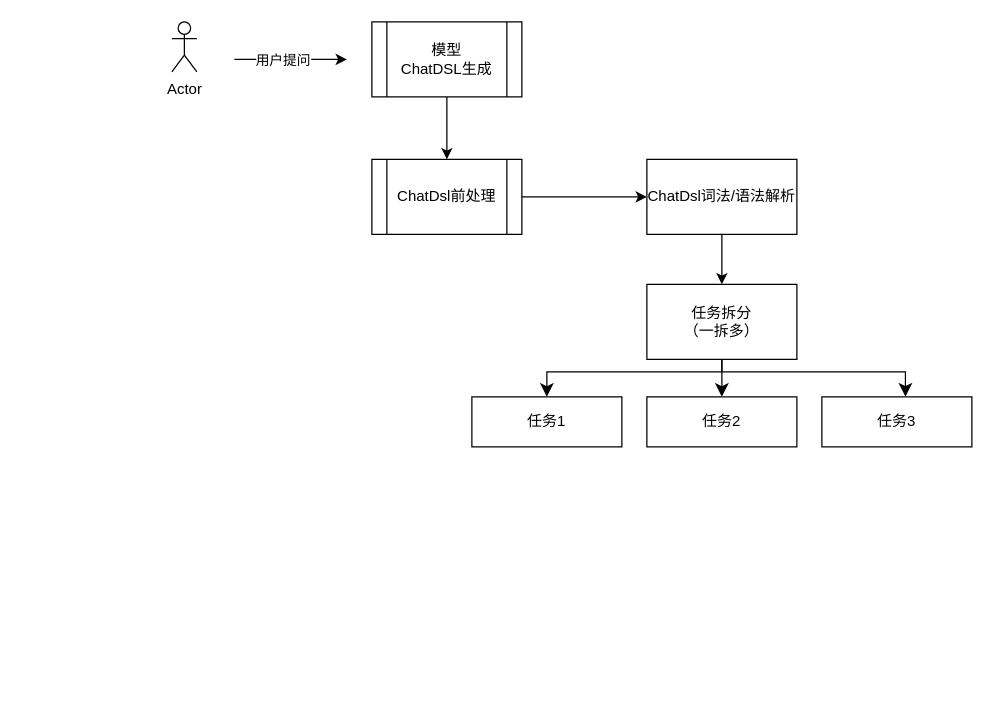
Above: Chatbi规则引擎.drawio in zousiquan/design-drawing (draw.io), before the change. Source tidied: cells renumbered, new cells numbered last; positions are measured from the earlier drawing's top-left corner, leaving out a move shared by most shapes. Both pictures are drawn from the tidied source at 125%, with x=0, y=0 at pixel (171, 21).
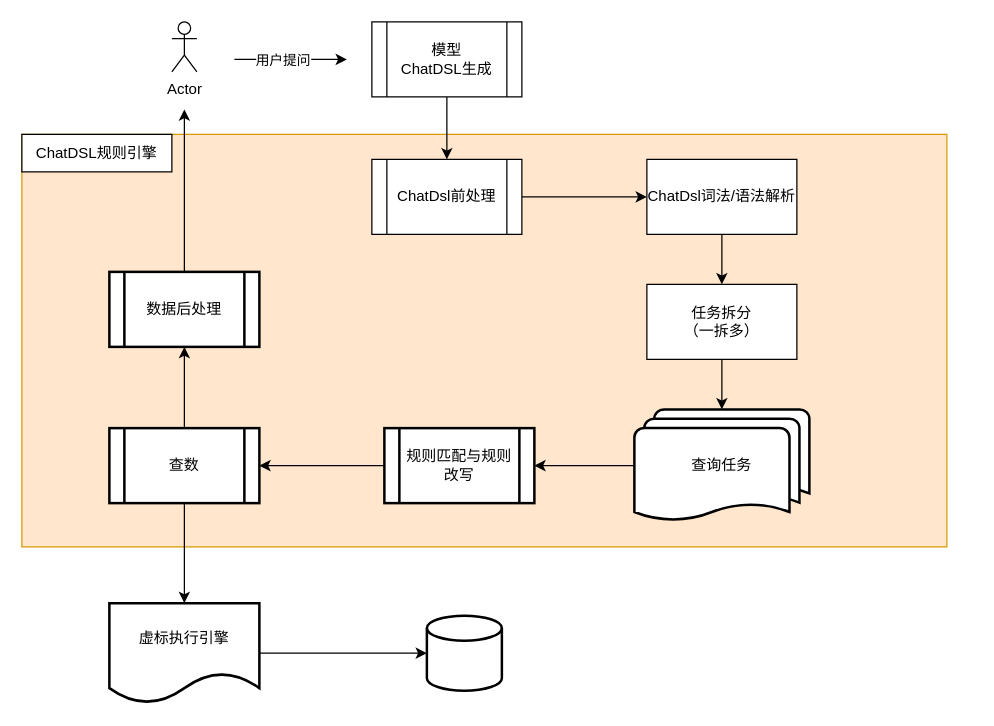
The same page after the edit.

Commit message:
更新Chatbi规则引擎.drawio

The change refers to these unchanged cells:
```xml
<mxCell id="11" value="任务拆分&lt;div&gt;（一拆多）&lt;/div&gt;" style="whiteSpace=wrap;html=1;" parent="1" vertex="1">
  <mxGeometry x="380" y="210" width="120" height="60" as="geometry" />
</mxCell>
```

The edit, as a diff of the source:
```diff
@@
+    <mxCell id="18" style="rounded=0;whiteSpace=wrap;html=1;fillColor=#ffe6cc;strokeColor=#d79b00;" parent="1" vertex="1">
+      <mxGeometry x="-120" y="90" width="740" height="330" as="geometry" />
+    </mxCell>
@@
+    <mxCell id="19" style="edgeStyle=orthogonalEdgeStyle;rounded=0;jettySize=auto;html=1;" parent="1" edge="1" source="11" target="21">
+      <mxGeometry relative="1" as="geometry" />
+    </mxCell>
@@
-    <mxCell id="12" value="任务1" style="whiteSpace=wrap;html=1;" parent="1" vertex="1">
-      <mxGeometry x="240" y="300" width="120" height="40" as="geometry" />
-    </mxCell>
-    <mxCell id="13" value="任务2" style="whiteSpace=wrap;html=1;" parent="1" vertex="1">
-      <mxGeometry x="380" y="300" width="120" height="40" as="geometry" />
-    </mxCell>
-    <mxCell id="14" value="任务3" style="whiteSpace=wrap;html=1;" parent="1" vertex="1">
-      <mxGeometry x="520" y="300" width="120" height="40" as="geometry" />
-    </mxCell>
-    <mxCell id="15" style="edgeStyle=elbowEdgeStyle;elbow=vertical;endArrow=classic;html=1;curved=0;rounded=0;endSize=8;startSize=8;exitX=0.5;exitY=1;exitDx=0;exitDy=0;entryX=0.5;entryY=0;entryDx=0;entryDy=0;" parent="1" edge="1" target="12">
-      <mxGeometry relative="1" as="geometry">
-        <mxPoint x="440" y="280" as="sourcePoint" />
-        <Array as="points">
-          <mxPoint x="350" y="280" />
-        </Array>
-      </mxGeometry>
-    </mxCell>
-    <mxCell id="16" style="edgeStyle=elbowEdgeStyle;elbow=vertical;endArrow=classic;html=1;curved=0;rounded=0;endSize=8;startSize=8;exitX=0.5;exitY=1;exitDx=0;exitDy=0;entryX=0.5;entryY=0;entryDx=0;entryDy=0;" parent="1" edge="1" source="11" target="13">
-      <mxGeometry relative="1" as="geometry">
-        <Array as="points">
-          <mxPoint x="450" y="290" />
-        </Array>
-      </mxGeometry>
-    </mxCell>
-    <mxCell id="17" style="edgeStyle=elbowEdgeStyle;elbow=vertical;endArrow=classic;html=1;curved=0;rounded=0;endSize=8;startSize=8;exitX=0.5;exitY=1;exitDx=0;exitDy=0;entryX=0.557;entryY=-0.004;entryDx=0;entryDy=0;entryPerimeter=0;" parent="1" edge="1" source="11" target="14">
-      <mxGeometry relative="1" as="geometry">
-        <Array as="points">
-          <mxPoint x="440" y="280" />
-        </Array>
-      </mxGeometry>
-    </mxCell>
+    <mxCell id="20" style="edgeStyle=orthogonalEdgeStyle;rounded=0;jettySize=auto;html=1;" parent="1" edge="1" source="21" target="23">
+      <mxGeometry relative="1" as="geometry" />
+    </mxCell>
+    <mxCell id="21" value="查询任务" style="strokeWidth=2;html=1;shape=mxgraph.flowchart.multi-document;whiteSpace=wrap;" parent="1" vertex="1">
+      <mxGeometry x="370" y="310" width="140" height="90" as="geometry" />
+    </mxCell>
+    <mxCell id="22" style="edgeStyle=orthogonalEdgeStyle;rounded=0;jettySize=auto;html=1;" parent="1" edge="1" source="23" target="26">
+      <mxGeometry relative="1" as="geometry" />
+    </mxCell>
+    <mxCell id="23" value="规则匹配与规则改写" style="shape=process;whiteSpace=wrap;html=1;backgroundOutline=1;strokeWidth=2;" parent="1" vertex="1">
+      <mxGeometry x="170" y="325" width="120" height="60" as="geometry" />
+    </mxCell>
+    <mxCell id="24" style="edgeStyle=orthogonalEdgeStyle;rounded=0;jettySize=auto;html=1;" parent="1" edge="1" source="26" target="28">
+      <mxGeometry relative="1" as="geometry" />
+    </mxCell>
+    <mxCell id="25" style="edgeStyle=orthogonalEdgeStyle;rounded=0;jettySize=auto;html=1;" parent="1" edge="1" source="26" target="31">
+      <mxGeometry relative="1" as="geometry" />
+    </mxCell>
+    <mxCell id="26" value="查数" style="shape=process;whiteSpace=wrap;html=1;backgroundOutline=1;strokeWidth=2;" parent="1" vertex="1">
+      <mxGeometry x="-50" y="325" width="120" height="60" as="geometry" />
+    </mxCell>
+    <mxCell id="27" style="edgeStyle=orthogonalEdgeStyle;rounded=0;jettySize=auto;html=1;" parent="1" edge="1" source="28" target="29">
+      <mxGeometry relative="1" as="geometry" />
+    </mxCell>
+    <mxCell id="28" value="虚标执行引擎" style="shape=document;whiteSpace=wrap;html=1;boundedLbl=1;strokeWidth=2;" parent="1" vertex="1">
+      <mxGeometry x="-50" y="465" width="120" height="80" as="geometry" />
+    </mxCell>
+    <mxCell id="29" style="strokeWidth=2;html=1;shape=mxgraph.flowchart.database;whiteSpace=wrap;" parent="1" vertex="1">
+      <mxGeometry x="204" y="475" width="60" height="60" as="geometry" />
+    </mxCell>
+    <mxCell id="30" style="edgeStyle=orthogonalEdgeStyle;rounded=0;jettySize=auto;html=1;" parent="1" edge="1" source="31">
+      <mxGeometry relative="1" as="geometry">
+        <mxPoint x="10" y="70" as="targetPoint" />
+      </mxGeometry>
+    </mxCell>
+    <mxCell id="31" value="数据后处理" style="shape=process;whiteSpace=wrap;html=1;backgroundOutline=1;strokeWidth=2;" parent="1" vertex="1">
+      <mxGeometry x="-50" y="200" width="120" height="60" as="geometry" />
+    </mxCell>
+    <mxCell id="32" value="ChatDSL规则引擎" style="rounded=0;whiteSpace=wrap;html=1;" parent="1" vertex="1">
+      <mxGeometry x="-120" y="90" width="120" height="30" as="geometry" />
+    </mxCell>
```
